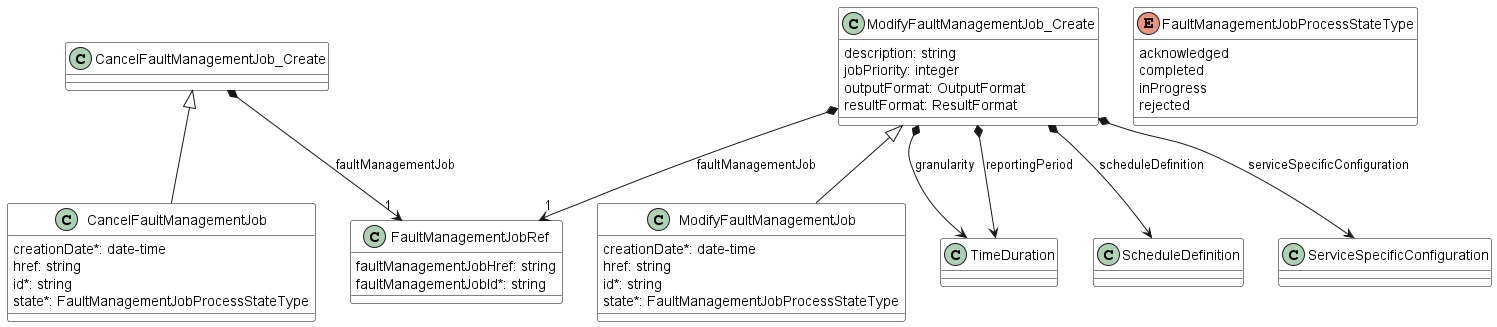
Earlier version of the PlantUML export documentation/serviceApi/fm/media/faultManagementDataModelPart2.png (MEF-GIT/MEF-LSO-Legato-SDK).
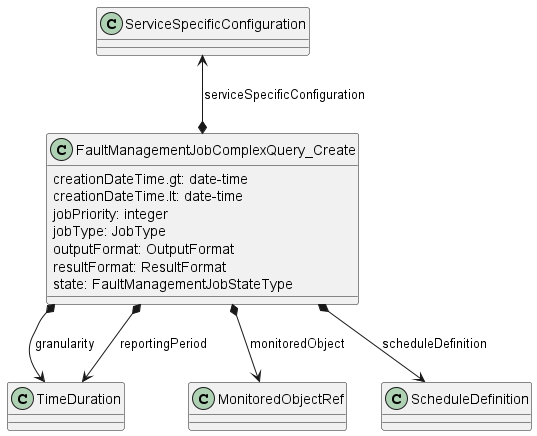
Above is the later version.

Diff of the diagram source:
```diff
@@ -1,63 +1,19 @@
 @startuml faultManagementDataModelPart2
-skinparam {
-    ClassBackgroundColor White
-    ClassBorderColor Black
+
+class FaultManagementJobComplexQuery_Create {
+    creationDateTime.gt: date-time
+    creationDateTime.lt: date-time
+    jobPriority: integer
+    jobType: JobType
+    outputFormat: OutputFormat
+    resultFormat: ResultFormat
+    state: FaultManagementJobStateType
 }
 
-class CancelFaultManagementJob {
-
-    creationDate*: date-time
-    href: string
-    id*: string
-    state*: FaultManagementJobProcessStateType
-}
-CancelFaultManagementJob_Create <|-- CancelFaultManagementJob
-
-
-
-class CancelFaultManagementJob_Create {
-
-}
-
-CancelFaultManagementJob_Create *-->"1" FaultManagementJobRef : faultManagementJob
-
-class ModifyFaultManagementJob {
-
-    creationDate*: date-time
-    href: string
-    id*: string
-    state*: FaultManagementJobProcessStateType
-}
-ModifyFaultManagementJob_Create <|-- ModifyFaultManagementJob
-
-
-
-class ModifyFaultManagementJob_Create {
-
-    description: string
-    jobPriority: integer
-    outputFormat: OutputFormat
-    resultFormat: ResultFormat
-}
-
-ModifyFaultManagementJob_Create *-->"1" FaultManagementJobRef : faultManagementJob
-ModifyFaultManagementJob_Create *--> TimeDuration : granularity
-ModifyFaultManagementJob_Create *--> TimeDuration : reportingPeriod
-ModifyFaultManagementJob_Create *--> ScheduleDefinition : scheduleDefinition
-ModifyFaultManagementJob_Create *--> ServiceSpecificConfiguration : serviceSpecificConfiguration
-
-class FaultManagementJobRef {
-
-    faultManagementJobHref: string
-    faultManagementJobId*: string
-}
-
-enum FaultManagementJobProcessStateType {
-
-    acknowledged
-    completed
-    inProgress
-    rejected
-}
+FaultManagementJobComplexQuery_Create *--> TimeDuration : granularity
+FaultManagementJobComplexQuery_Create *--> MonitoredObjectRef : monitoredObject
+FaultManagementJobComplexQuery_Create *--> TimeDuration : reportingPeriod
+FaultManagementJobComplexQuery_Create *--> ScheduleDefinition : scheduleDefinition
+FaultManagementJobComplexQuery_Create *-u-> ServiceSpecificConfiguration : serviceSpecificConfiguration
 
 @enduml
```
